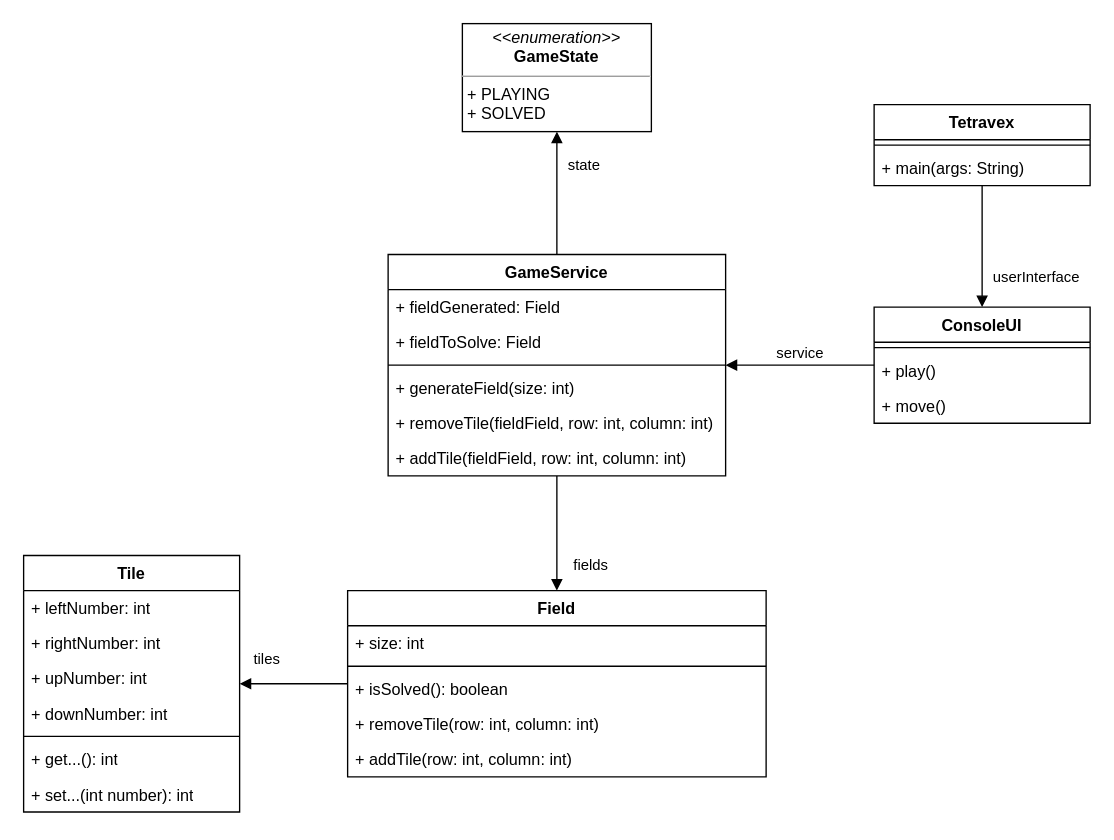
Before: documentation/tetravex.drawio in Tiltrikt/tetravex, a draw.io diagram. Source tidied: cells renumbered, new cells numbered last; positions are measured from the earlier drawing's top-left corner, leaving out a move shared by most shapes. Both pictures are drawn from the tidied source at 135%, with x=0, y=0 at pixel (23, 23).
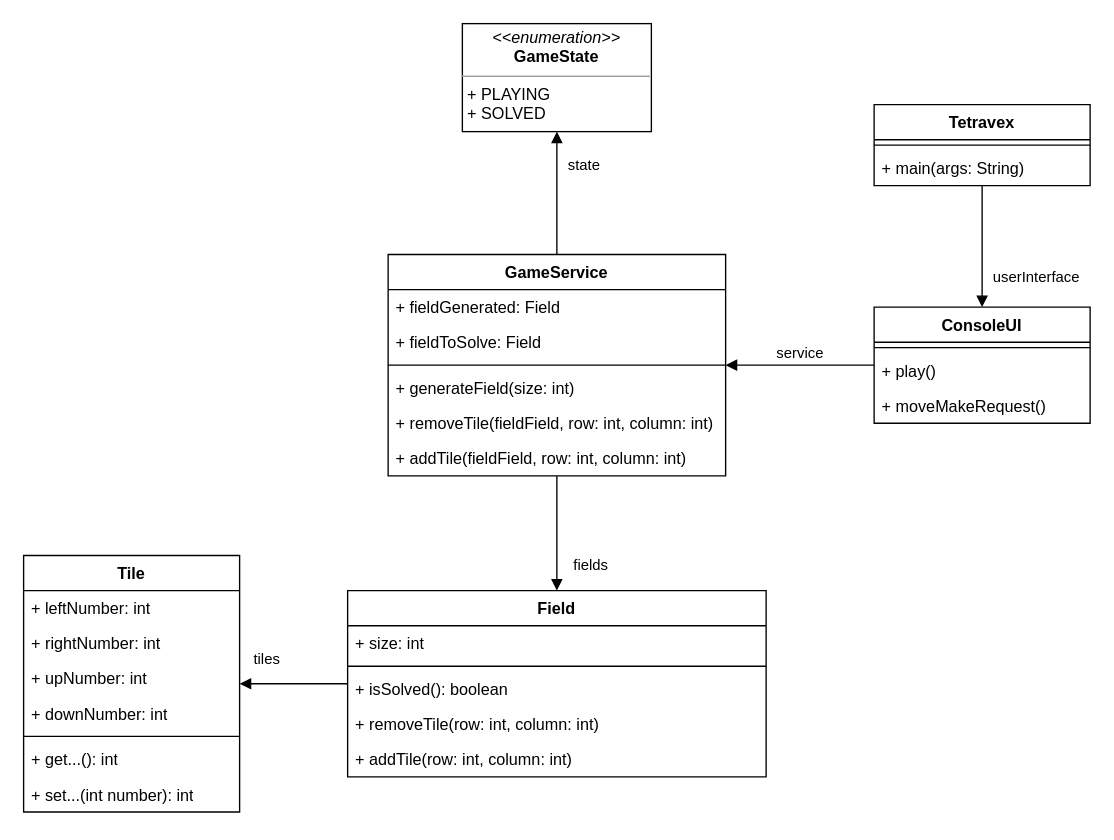
After the change.

Unchanged cells that the change refers to:
```xml
<mxCell id="21" value="ConsoleUI" style="swimlane;fontStyle=1;align=center;verticalAlign=top;horizontal=1;startSize=26;whiteSpace=wrap;html=1;direction=east;" parent="1" vertex="1">
  <mxGeometry x="630" y="210" width="160" height="86" as="geometry" />
</mxCell>
```

Change to the diagram source:
```diff
@@
-    <mxCell id="24" value="+ move()" style="text;strokeColor=none;fillColor=none;align=left;verticalAlign=top;spacingLeft=4;spacingRight=4;overflow=hidden;whiteSpace=wrap;html=1;" parent="21" vertex="1">
+    <mxCell id="24" value="+ moveMakeRequest()" style="text;strokeColor=none;fillColor=none;align=left;verticalAlign=top;spacingLeft=4;spacingRight=4;overflow=hidden;whiteSpace=wrap;html=1;" parent="21" vertex="1">
       <mxGeometry y="60" width="160" height="26" as="geometry" />
     </mxCell>
```
